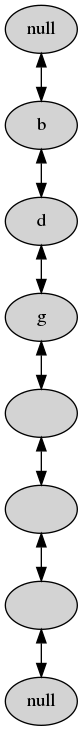
Earlier version of the Graphviz export letras.png (juanpaestrada20/EDD_1S2020_P1_201800709). Its source is kept beside it as letras.dot.
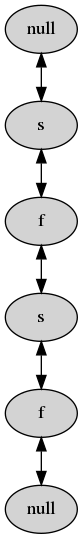
The same diagram one commit later.

What changed in the source:
```diff
@@ -1,21 +1,17 @@
 digraph G {
 {
- rankdir = "LR";
-node [margin=0 shape=oval style=filled];
+ rankdir = LR;
+node [margin=0 shape=oval style=filled ];
 B [label="null"];
-A1 [label="b"];
-A2 [label="d"];
-A3 [label="g"];
-A4 [label=" "];
-A5 [label=" "];
-A6 [label=" "];
+A1 [label="s"];
+A2 [label="f"];
+A3 [label="s"];
+A4 [label="f"];
 C [label="null"];
 }
 B -> A1 [dir=both];
 A1 -> A2 [dir=both];
 A2 -> A3 [dir=both];
 A3 -> A4 [dir=both];
-A4 -> A5 [dir=both];
-A5 -> A6 [dir=both];
-A6 -> C [dir=both];
+A4 -> C [dir=both];
 }
```
